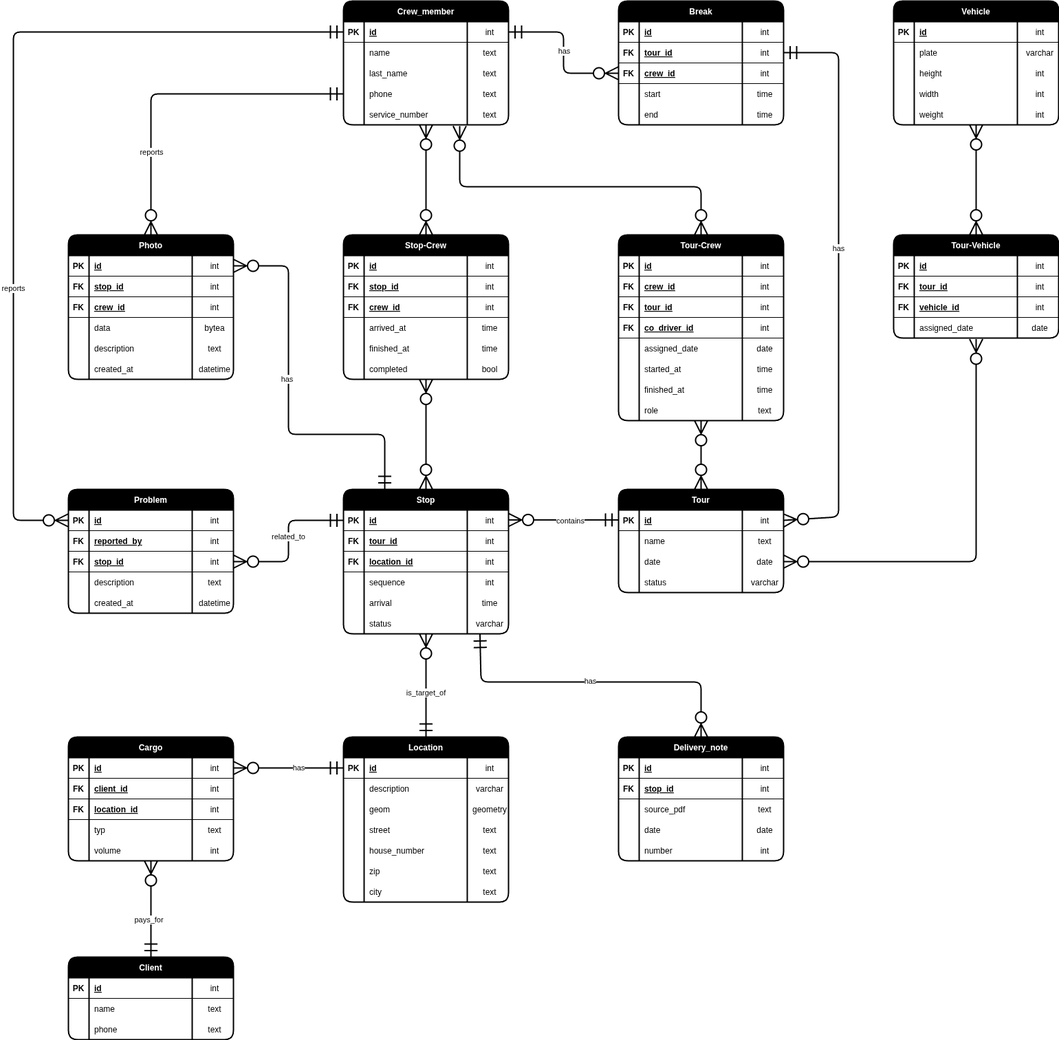
This is docs/database/erd.png from gabrielbindi/VoBi-Tour, a draw.io export, as it was before one commit. Source tidied: cells renumbered, new cells last; positions are measured from the earlier drawing's top-left corner, leaving out a move shared by most shapes.
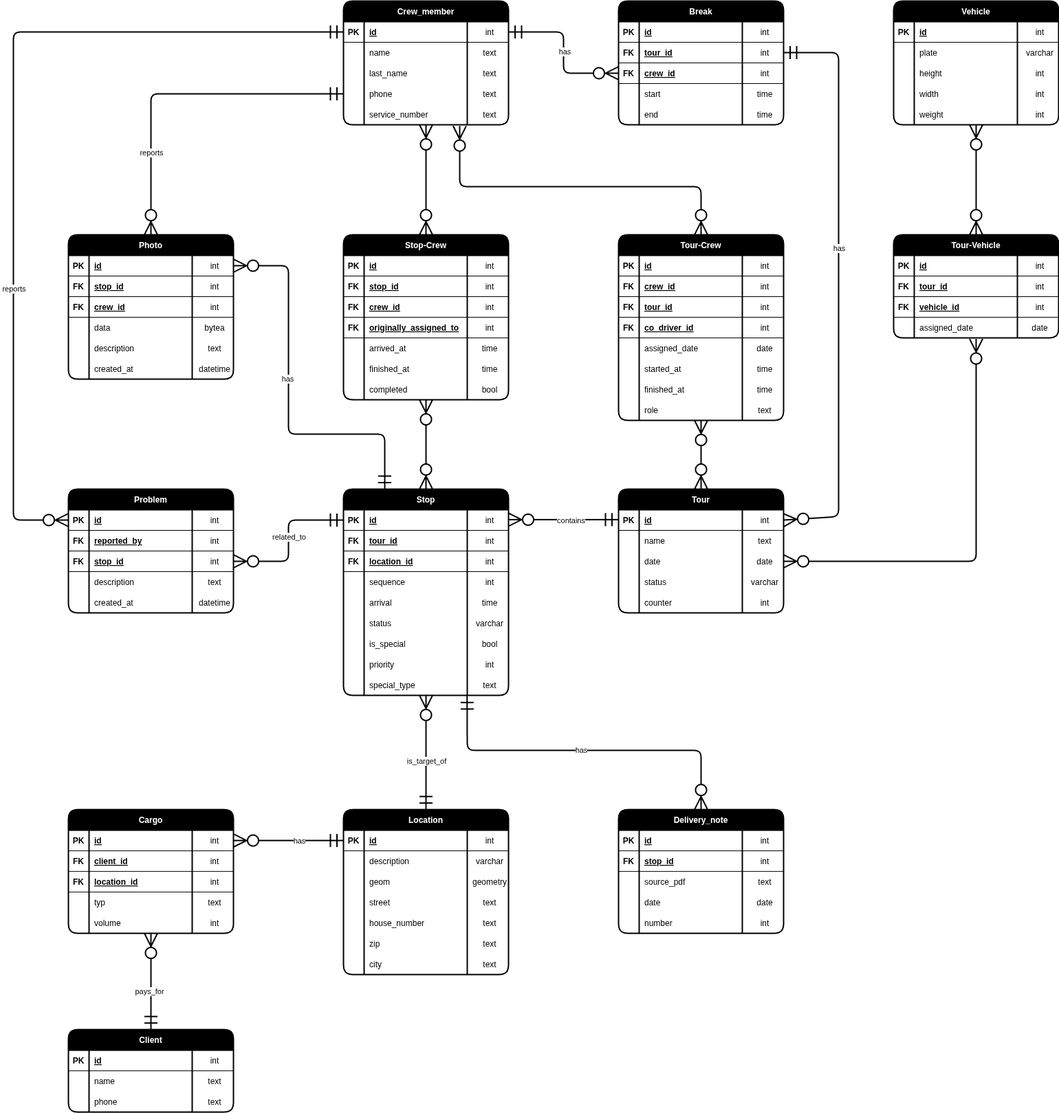
The same diagram one commit later.

Commit message:
#26 add tour counter and original stop assignment. Add counter to Tour for general counting. Add originally_assigned_to to track initial vs actual assignment

What changed in the source:
```diff
@@ -66,7 +66,7 @@
       <mxGeometry x="180" width="60" height="30" as="geometry" />
     </mxCell>
     <mxCell id="23" value="Tour" style="shape=table;startSize=30;rowLines=0;fontStyle=1;align=center;swimlaneFillColor=none;fillColor=#000000;fontColor=#FFFFFF;strokeWidth=2;rounded=1;" parent="1" vertex="1">
-      <mxGeometry x="880" y="710" width="240" height="150" as="geometry" />
+      <mxGeometry x="880" y="710" width="240" height="180" as="geometry" />
     </mxCell>
     <mxCell id="24" style="shape=tableRow;horizontal=0;startSize=0;swimlaneHead=0;swimlaneBody=0;fillColor=none;points=[[0,0.5],[1,0.5]];portConstraint=eastwest;top=0;left=0;right=0;bottom=1;" parent="23" vertex="1">
       <mxGeometry y="30" width="240" height="30" as="geometry" />
@@ -116,6 +116,18 @@
     <mxCell id="39" value="varchar" style="shape=partialRectangle;fillColor=none;top=0;left=0;bottom=0;right=0;align=center;spacingLeft=6;overflow=hidden;" parent="36" vertex="1">
       <mxGeometry x="180" width="60" height="30" as="geometry" />
     </mxCell>
+    <mxCell id="340" style="shape=tableRow;horizontal=0;startSize=0;swimlaneHead=0;swimlaneBody=0;fillColor=none;top=0;left=0;right=0;bottom=0;" parent="23" vertex="1">
+      <mxGeometry y="150" width="240" height="30" as="geometry" />
+    </mxCell>
+    <mxCell id="341" style="shape=partialRectangle;fillColor=none;top=0;left=0;bottom=0;right=0;overflow=hidden;" parent="340" vertex="1">
+      <mxGeometry width="30" height="30" as="geometry" />
+    </mxCell>
+    <mxCell id="342" value="counter" style="shape=partialRectangle;fillColor=none;top=0;left=0;bottom=0;right=0;align=left;spacingLeft=6;overflow=hidden;" parent="340" vertex="1">
+      <mxGeometry x="30" width="150" height="30" as="geometry" />
+    </mxCell>
+    <mxCell id="343" value="int" style="shape=partialRectangle;fillColor=none;top=0;left=0;bottom=0;right=0;align=center;spacingLeft=6;overflow=hidden;" parent="340" vertex="1">
+      <mxGeometry x="180" width="60" height="30" as="geometry" />
+    </mxCell>
     <mxCell id="40" value="Break" style="shape=table;startSize=30;rowLines=0;fontStyle=1;align=center;swimlaneFillColor=none;fillColor=#000000;fontColor=#FFFFFF;strokeWidth=2;rounded=1;" parent="1" vertex="1">
       <mxGeometry x="880" width="240" height="180" as="geometry" />
     </mxCell>
@@ -394,7 +406,7 @@
       <mxGeometry x="180" width="60" height="30" as="geometry" />
     </mxCell>
     <mxCell id="130" value="Location" style="shape=table;startSize=30;rowLines=0;fontStyle=1;align=center;swimlaneFillColor=none;fillColor=#000000;fontColor=#FFFFFF;strokeWidth=2;rounded=1;" parent="1" vertex="1">
-      <mxGeometry x="480" y="1070" width="240" height="240" as="geometry" />
+      <mxGeometry x="480" y="1176.1" width="240" height="240" as="geometry" />
     </mxCell>
     <mxCell id="131" style="shape=tableRow;horizontal=0;startSize=0;swimlaneHead=0;swimlaneBody=0;fillColor=none;points=[[0,0.5],[1,0.5]];portConstraint=eastwest;top=0;left=0;right=0;bottom=1;" parent="130" vertex="1">
       <mxGeometry y="30" width="240" height="30" as="geometry" />
@@ -481,7 +493,7 @@
       <mxGeometry x="180" width="60" height="30" as="geometry" />
     </mxCell>
     <mxCell id="159" value="Cargo" style="shape=table;startSize=30;rowLines=0;fontStyle=1;align=center;swimlaneFillColor=none;fillColor=#000000;fontColor=#FFFFFF;strokeWidth=2;rounded=1;" parent="1" vertex="1">
-      <mxGeometry x="80" y="1070" width="240" height="180" as="geometry" />
+      <mxGeometry x="80" y="1176.1" width="240" height="180" as="geometry" />
     </mxCell>
     <mxCell id="160" style="shape=tableRow;horizontal=0;startSize=0;swimlaneHead=0;swimlaneBody=0;fillColor=none;points=[[0,0.5],[1,0.5]];portConstraint=eastwest;top=0;left=0;right=0;bottom=1;" parent="159" vertex="1">
       <mxGeometry y="30" width="240" height="30" as="geometry" />
@@ -552,7 +564,7 @@
       </mxGeometry>
     </mxCell>
     <mxCell id="182" value="Client" style="shape=table;startSize=30;rowLines=0;fontStyle=1;align=center;swimlaneFillColor=none;fillColor=#000000;fontColor=#FFFFFF;strokeWidth=2;rounded=1;" parent="1" vertex="1">
-      <mxGeometry x="80" y="1390" width="240" height="120" as="geometry" />
+      <mxGeometry x="80" y="1496.1" width="240" height="120" as="geometry" />
     </mxCell>
     <mxCell id="183" style="shape=tableRow;horizontal=0;startSize=0;swimlaneHead=0;swimlaneBody=0;fillColor=none;top=0;left=0;right=0;bottom=1;" parent="182" vertex="1">
       <mxGeometry y="30" width="240" height="30" as="geometry" />
@@ -599,7 +611,7 @@
       </mxGeometry>
     </mxCell>
     <mxCell id="197" value="Stop" style="shape=table;startSize=30;rowLines=0;fontStyle=1;align=center;swimlaneFillColor=none;fillColor=#000000;fontColor=#FFFFFF;strokeWidth=2;rounded=1;" parent="1" vertex="1">
-      <mxGeometry x="480" y="710" width="240" height="210" as="geometry" />
+      <mxGeometry x="480" y="710" width="240" height="300" as="geometry" />
     </mxCell>
     <mxCell id="198" style="shape=tableRow;horizontal=0;startSize=0;swimlaneHead=0;swimlaneBody=0;fillColor=none;points=[[0,0.5],[1,0.5]];portConstraint=eastwest;top=0;left=0;right=0;bottom=1;" parent="197" vertex="1">
       <mxGeometry y="30" width="240" height="30" as="geometry" />
@@ -673,6 +685,42 @@
     <mxCell id="221" value="varchar" style="shape=partialRectangle;fillColor=none;top=0;left=0;bottom=0;right=0;align=center;spacingLeft=6;overflow=hidden;" parent="218" vertex="1">
       <mxGeometry x="180" width="60" height="30" as="geometry" />
     </mxCell>
+    <mxCell id="344" style="shape=tableRow;horizontal=0;startSize=0;swimlaneHead=0;swimlaneBody=0;fillColor=none;top=0;left=0;right=0;bottom=0;" parent="197" vertex="1">
+      <mxGeometry y="210" width="240" height="30" as="geometry" />
+    </mxCell>
+    <mxCell id="345" style="shape=partialRectangle;fillColor=none;top=0;left=0;bottom=0;right=0;overflow=hidden;" parent="344" vertex="1">
+      <mxGeometry width="30" height="30" as="geometry" />
+    </mxCell>
+    <mxCell id="346" value="is_special" style="shape=partialRectangle;fillColor=none;top=0;left=0;bottom=0;right=0;align=left;spacingLeft=6;overflow=hidden;" parent="344" vertex="1">
+      <mxGeometry x="30" width="150" height="30" as="geometry" />
+    </mxCell>
+    <mxCell id="347" value="bool" style="shape=partialRectangle;fillColor=none;top=0;left=0;bottom=0;right=0;align=center;spacingLeft=6;overflow=hidden;" parent="344" vertex="1">
+      <mxGeometry x="180" width="60" height="30" as="geometry" />
+    </mxCell>
+    <mxCell id="348" style="shape=tableRow;horizontal=0;startSize=0;swimlaneHead=0;swimlaneBody=0;fillColor=none;top=0;left=0;right=0;bottom=0;" parent="197" vertex="1">
+      <mxGeometry y="240" width="240" height="30" as="geometry" />
+    </mxCell>
+    <mxCell id="349" style="shape=partialRectangle;fillColor=none;top=0;left=0;bottom=0;right=0;overflow=hidden;" parent="348" vertex="1">
+      <mxGeometry width="30" height="30" as="geometry" />
+    </mxCell>
+    <mxCell id="350" value="priority" style="shape=partialRectangle;fillColor=none;top=0;left=0;bottom=0;right=0;align=left;spacingLeft=6;overflow=hidden;" parent="348" vertex="1">
+      <mxGeometry x="30" width="150" height="30" as="geometry" />
+    </mxCell>
+    <mxCell id="351" value="int" style="shape=partialRectangle;fillColor=none;top=0;left=0;bottom=0;right=0;align=center;spacingLeft=6;overflow=hidden;" parent="348" vertex="1">
+      <mxGeometry x="180" width="60" height="30" as="geometry" />
+    </mxCell>
+    <mxCell id="352" style="shape=tableRow;horizontal=0;startSize=0;swimlaneHead=0;swimlaneBody=0;fillColor=none;points=[[0,0.5],[1,0.5]];portConstraint=eastwest;top=0;left=0;right=0;bottom=0;" parent="197" vertex="1">
+      <mxGeometry y="270" width="240" height="30" as="geometry" />
+    </mxCell>
+    <mxCell id="353" style="shape=partialRectangle;fillColor=none;top=0;left=0;bottom=0;right=0;overflow=hidden;" parent="352" vertex="1">
+      <mxGeometry width="30" height="30" as="geometry" />
+    </mxCell>
+    <mxCell id="354" value="special_type" style="shape=partialRectangle;fillColor=none;top=0;left=0;bottom=0;right=0;align=left;spacingLeft=6;overflow=hidden;" parent="352" vertex="1">
+      <mxGeometry x="30" width="150" height="30" as="geometry" />
+    </mxCell>
+    <mxCell id="355" value="text" style="shape=partialRectangle;fillColor=none;top=0;left=0;bottom=0;right=0;align=center;spacingLeft=6;overflow=hidden;" parent="352" vertex="1">
+      <mxGeometry x="180" width="60" height="30" as="geometry" />
+    </mxCell>
     <mxCell id="222" style="fontSize=12;html=1;endArrow=ERzeroToMany;startArrow=ERmandOne;endSize=16;startSize=16;targetPerimeterSpacing=0;strokeWidth=2;exitX=0.5;exitY=0;exitDx=0;exitDy=0;" parent="1" edge="1" source="130" target="197">
       <mxGeometry relative="1" as="geometry" />
     </mxCell>
@@ -695,7 +743,7 @@
       </mxGeometry>
     </mxCell>
     <mxCell id="226" value="Delivery_note" style="shape=table;startSize=30;rowLines=0;fontStyle=1;align=center;swimlaneFillColor=none;fillColor=#000000;fontColor=#FFFFFF;strokeWidth=2;rounded=1;" parent="1" vertex="1">
-      <mxGeometry x="880" y="1070" width="240" height="180" as="geometry" />
+      <mxGeometry x="880" y="1176.1" width="240" height="180" as="geometry" />
     </mxCell>
     <mxCell id="227" style="shape=tableRow;horizontal=0;startSize=0;swimlaneHead=0;swimlaneBody=0;fillColor=none;top=0;left=0;right=0;bottom=1;" parent="226" vertex="1">
       <mxGeometry y="30" width="240" height="30" as="geometry" />
@@ -757,11 +805,11 @@
     <mxCell id="246" value="int" style="shape=partialRectangle;fillColor=none;top=0;left=0;bottom=0;right=0;align=center;spacingLeft=6;overflow=hidden;" parent="243" vertex="1">
       <mxGeometry x="180" width="60" height="30" as="geometry" />
     </mxCell>
-    <mxCell id="247" style="fontSize=12;html=1;endArrow=ERzeroToMany;startArrow=ERmandOne;endSize=16;startSize=16;targetPerimeterSpacing=0;strokeWidth=2;entryX=0.5;entryY=0;entryDx=0;entryDy=0;exitX=0.827;exitY=1.028;exitDx=0;exitDy=0;exitPerimeter=0;" parent="1" edge="1" source="218" target="226">
+    <mxCell id="247" style="fontSize=12;html=1;endArrow=ERzeroToMany;startArrow=ERmandOne;endSize=16;startSize=16;targetPerimeterSpacing=0;strokeWidth=2;entryX=0.5;entryY=0;entryDx=0;entryDy=0;exitX=0.749;exitY=1.028;exitDx=0;exitDy=0;exitPerimeter=0;" parent="1" edge="1" source="352" target="226">
       <mxGeometry relative="1" as="geometry">
         <Array as="points">
-          <mxPoint x="680" y="990" />
-          <mxPoint x="1000" y="990" />
+          <mxPoint x="660" y="1090" />
+          <mxPoint x="1000" y="1090" />
         </Array>
       </mxGeometry>
     </mxCell>
@@ -780,7 +828,7 @@
       <mxGeometry x="-0.13" y="1" relative="1" as="geometry" />
     </mxCell>
     <mxCell id="251" value="Stop-Crew" style="shape=table;startSize=30;rowLines=0;fontStyle=1;align=center;swimlaneFillColor=none;fillColor=#000000;fontColor=#FFFFFF;strokeWidth=2;rounded=1;" parent="1" vertex="1">
-      <mxGeometry x="480" y="340" width="240" height="210" as="geometry" />
+      <mxGeometry x="480" y="340" width="240" height="240" as="geometry" />
     </mxCell>
     <mxCell id="252" style="shape=tableRow;horizontal=0;startSize=0;swimlaneHead=0;swimlaneBody=0;fillColor=none;top=0;left=0;right=0;bottom=1;" parent="251" vertex="1">
       <mxGeometry y="30" width="240" height="30" as="geometry" />
@@ -818,8 +866,20 @@
     <mxCell id="263" value="int" style="shape=partialRectangle;fillColor=none;top=0;left=0;bottom=0;right=0;align=center;spacingLeft=6;fontStyle=0;overflow=hidden;" parent="260" vertex="1">
       <mxGeometry x="180" width="60" height="30" as="geometry" />
     </mxCell>
+    <mxCell id="356" style="shape=tableRow;horizontal=0;startSize=0;swimlaneHead=0;swimlaneBody=0;fillColor=none;top=0;left=0;right=0;bottom=1;" parent="251" vertex="1">
+      <mxGeometry y="120" width="240" height="30" as="geometry" />
+    </mxCell>
+    <mxCell id="357" value="FK" style="shape=partialRectangle;fillColor=none;top=0;left=0;bottom=0;right=0;fontStyle=1;overflow=hidden;" parent="356" vertex="1">
+      <mxGeometry width="30" height="30" as="geometry" />
+    </mxCell>
+    <mxCell id="358" value="originally_assigned_to" style="shape=partialRectangle;fillColor=none;top=0;left=0;bottom=0;right=0;align=left;spacingLeft=6;fontStyle=5;overflow=hidden;" parent="356" vertex="1">
+      <mxGeometry x="30" width="150" height="30" as="geometry" />
+    </mxCell>
+    <mxCell id="359" value="int" style="shape=partialRectangle;fillColor=none;top=0;left=0;bottom=0;right=0;align=center;spacingLeft=6;fontStyle=0;overflow=hidden;" parent="356" vertex="1">
+      <mxGeometry x="180" width="60" height="30" as="geometry" />
+    </mxCell>
     <mxCell id="264" style="shape=tableRow;horizontal=0;startSize=0;swimlaneHead=0;swimlaneBody=0;fillColor=none;top=0;left=0;right=0;bottom=0;" parent="251" vertex="1">
-      <mxGeometry y="120" width="240" height="30" as="geometry" />
+      <mxGeometry y="150" width="240" height="30" as="geometry" />
     </mxCell>
     <mxCell id="265" style="shape=partialRectangle;fillColor=none;top=0;left=0;bottom=0;right=0;overflow=hidden;" parent="264" vertex="1">
       <mxGeometry width="30" height="30" as="geometry" />
@@ -831,7 +891,7 @@
       <mxGeometry x="180" width="60" height="30" as="geometry" />
     </mxCell>
     <mxCell id="268" style="shape=tableRow;horizontal=0;startSize=0;swimlaneHead=0;swimlaneBody=0;fillColor=none;top=0;left=0;right=0;bottom=0;" parent="251" vertex="1">
-      <mxGeometry y="150" width="240" height="30" as="geometry" />
+      <mxGeometry y="180" width="240" height="30" as="geometry" />
     </mxCell>
     <mxCell id="269" style="shape=partialRectangle;fillColor=none;top=0;left=0;bottom=0;right=0;overflow=hidden;" parent="268" vertex="1">
       <mxGeometry width="30" height="30" as="geometry" />
@@ -843,7 +903,7 @@
       <mxGeometry x="180" width="60" height="30" as="geometry" />
     </mxCell>
     <mxCell id="272" style="shape=tableRow;horizontal=0;startSize=0;swimlaneHead=0;swimlaneBody=0;fillColor=none;top=0;left=0;right=0;bottom=0;" parent="251" vertex="1">
-      <mxGeometry y="180" width="240" height="30" as="geometry" />
+      <mxGeometry y="210" width="240" height="30" as="geometry" />
     </mxCell>
     <mxCell id="273" style="shape=partialRectangle;fillColor=none;top=0;left=0;bottom=0;right=0;overflow=hidden;" parent="272" vertex="1">
       <mxGeometry width="30" height="30" as="geometry" />
```
